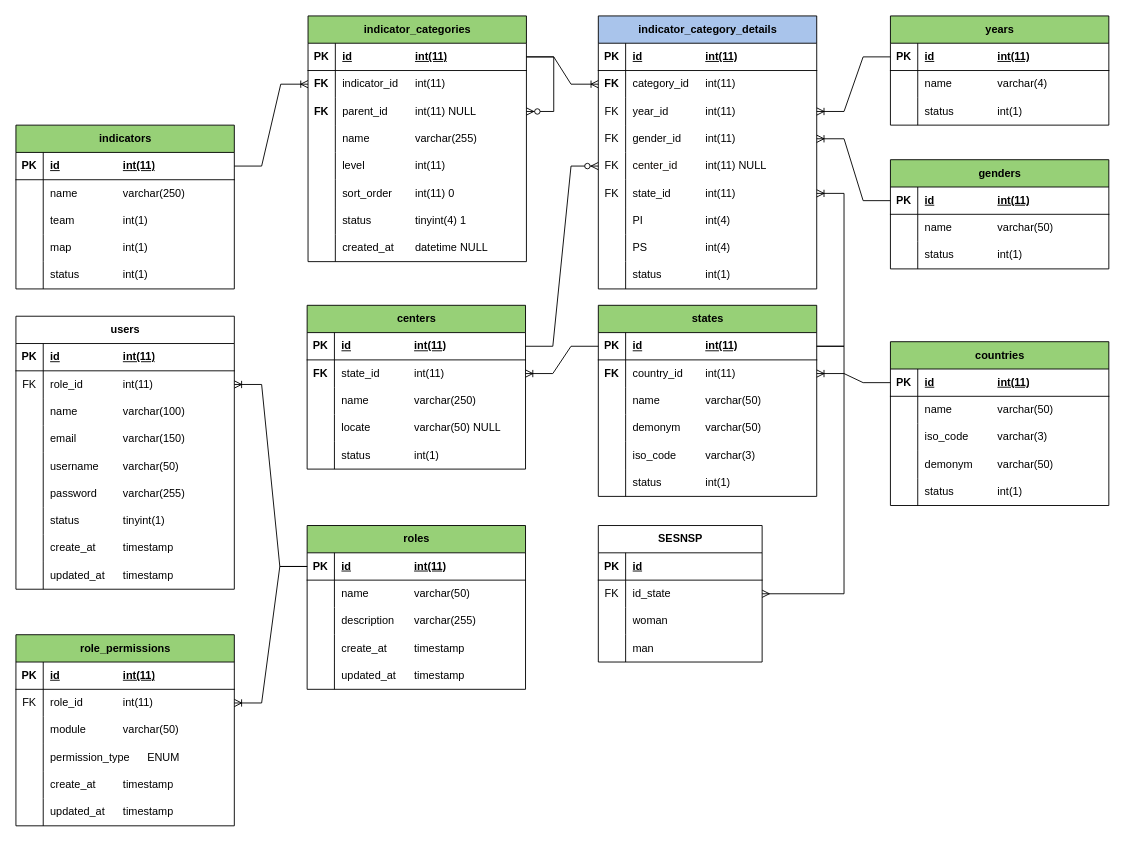
MIGUEL-TGH/redim_frontend keeps this draw.io diagram as data/REDIM entidad - relacion - v3.drawio. Above is the earlier version. Source tidied: cells renumbered, new cells numbered last; positions are measured from the earlier drawing's top-left corner, leaving out a move shared by most shapes. Both pictures are drawn from the tidied source at 91%, with x=0, y=0 at pixel (15, 15).
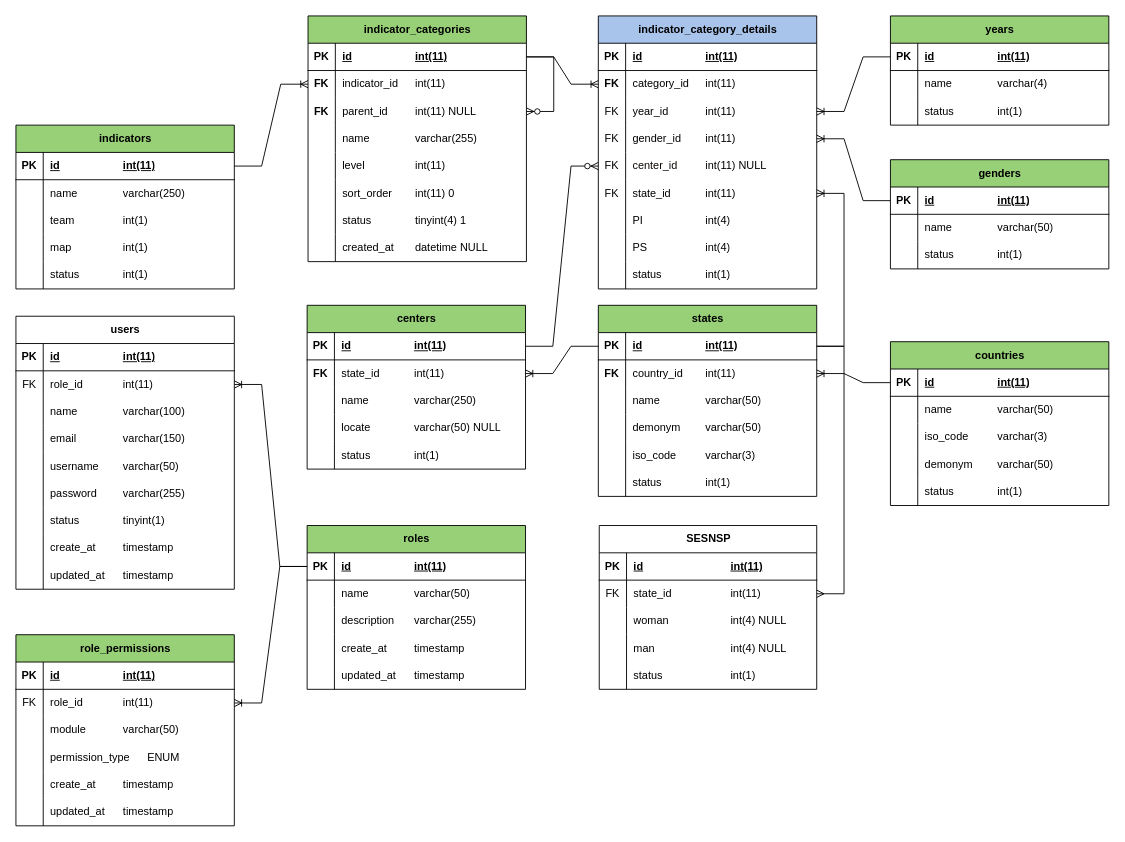
The same diagram, later.

The edit, as a diff of the source:
```diff
@@
     <mxCell id="216" value="SESNSP" style="shape=table;startSize=30;childLayout=tableLayout;rowLines=0;fontStyle=1;align=center;html=1;" parent="1" vertex="1">
-      <mxGeometry x="640" y="560" width="180" height="150" as="geometry" />
+      <mxGeometry x="641" y="560" width="239" height="180" as="geometry" />
     </mxCell>
     <mxCell id="217" style="shape=tableRow;horizontal=0;startSize=0;swimlaneHead=0;swimlaneBody=0;fillColor=none;top=0;left=0;right=0;bottom=1;" parent="216" vertex="1">
-      <mxGeometry y="30" width="180" height="30" as="geometry" />
+      <mxGeometry y="30" width="239" height="30" as="geometry" />
     </mxCell>
@@
-    <mxCell id="219" value="id" style="shape=partialRectangle;fillColor=none;top=0;left=0;bottom=0;right=0;align=left;spacingLeft=6;fontStyle=5;overflow=hidden;whiteSpace=wrap;html=1;" parent="217" vertex="1">
-      <mxGeometry x="30" width="150" height="30" as="geometry" />
+    <mxCell id="219" value="id&lt;span style=&quot;white-space: pre;&quot;&gt;&#9;&lt;/span&gt;&lt;span style=&quot;white-space: pre;&quot;&gt;&#9;&lt;/span&gt;&lt;span style=&quot;white-space: pre;&quot;&gt;&#9;&lt;/span&gt;&lt;span style=&quot;white-space: pre;&quot;&gt;&#9;&lt;/span&gt;int(11)" style="shape=partialRectangle;fillColor=none;top=0;left=0;bottom=0;right=0;align=left;spacingLeft=6;fontStyle=5;overflow=hidden;whiteSpace=wrap;html=1;" parent="217" vertex="1">
+      <mxGeometry x="30" width="209" height="30" as="geometry" />
     </mxCell>
     <mxCell id="220" style="shape=tableRow;horizontal=0;startSize=0;swimlaneHead=0;swimlaneBody=0;fillColor=none;points=[[0,0.5],[1,0.5]];portConstraint=eastwest;top=0;left=0;right=0;bottom=0;" parent="216" vertex="1">
-      <mxGeometry y="60" width="180" height="30" as="geometry" />
+      <mxGeometry y="60" width="239" height="30" as="geometry" />
     </mxCell>
@@
-    <mxCell id="222" value="id_state" style="shape=partialRectangle;fillColor=none;top=0;left=0;bottom=0;right=0;align=left;spacingLeft=6;overflow=hidden;whiteSpace=wrap;html=1;" parent="220" vertex="1">
-      <mxGeometry x="30" width="150" height="30" as="geometry" />
+    <mxCell id="222" value="state_id&lt;span style=&quot;white-space: pre;&quot;&gt;&#9;&lt;/span&gt;&lt;span style=&quot;white-space: pre;&quot;&gt;&#9;&lt;/span&gt;&lt;span style=&quot;white-space: pre;&quot;&gt;&#9;&lt;/span&gt;int(11)" style="shape=partialRectangle;fillColor=none;top=0;left=0;bottom=0;right=0;align=left;spacingLeft=6;overflow=hidden;whiteSpace=wrap;html=1;" parent="220" vertex="1">
+      <mxGeometry x="30" width="209" height="30" as="geometry" />
     </mxCell>
     <mxCell id="223" style="shape=tableRow;horizontal=0;startSize=0;swimlaneHead=0;swimlaneBody=0;fillColor=none;top=0;left=0;right=0;bottom=0;" parent="216" vertex="1">
-      <mxGeometry y="90" width="180" height="30" as="geometry" />
+      <mxGeometry y="90" width="239" height="30" as="geometry" />
     </mxCell>
@@
-    <mxCell id="225" value="woman" style="shape=partialRectangle;fillColor=none;top=0;left=0;bottom=0;right=0;align=left;spacingLeft=6;overflow=hidden;whiteSpace=wrap;html=1;" parent="223" vertex="1">
-      <mxGeometry x="30" width="150" height="30" as="geometry" />
+    <mxCell id="225" value="woman&lt;span style=&quot;white-space: pre;&quot;&gt;&#9;&lt;/span&gt;&lt;span style=&quot;white-space: pre;&quot;&gt;&#9;&lt;/span&gt;&lt;span style=&quot;white-space: pre;&quot;&gt;&#9;&lt;/span&gt;int(4) NULL" style="shape=partialRectangle;fillColor=none;top=0;left=0;bottom=0;right=0;align=left;spacingLeft=6;overflow=hidden;whiteSpace=wrap;html=1;" parent="223" vertex="1">
+      <mxGeometry x="30" width="209" height="30" as="geometry" />
     </mxCell>
     <mxCell id="226" style="shape=tableRow;horizontal=0;startSize=0;swimlaneHead=0;swimlaneBody=0;fillColor=none;top=0;left=0;right=0;bottom=0;" parent="216" vertex="1">
-      <mxGeometry y="120" width="180" height="30" as="geometry" />
+      <mxGeometry y="120" width="239" height="30" as="geometry" />
     </mxCell>
@@
-    <mxCell id="228" value="man" style="shape=partialRectangle;fillColor=none;top=0;left=0;bottom=0;right=0;align=left;spacingLeft=6;overflow=hidden;whiteSpace=wrap;html=1;" parent="226" vertex="1">
-      <mxGeometry x="30" width="150" height="30" as="geometry" />
+    <mxCell id="228" value="man&lt;span style=&quot;white-space: pre;&quot;&gt;&#9;&lt;/span&gt;&lt;span style=&quot;white-space: pre;&quot;&gt;&#9;&lt;/span&gt;&lt;span style=&quot;white-space: pre;&quot;&gt;&#9;&lt;span style=&quot;white-space: pre;&quot;&gt;&#9;&lt;/span&gt;i&lt;/span&gt;nt(4) NULL" style="shape=partialRectangle;fillColor=none;top=0;left=0;bottom=0;right=0;align=left;spacingLeft=6;overflow=hidden;whiteSpace=wrap;html=1;" parent="226" vertex="1">
+      <mxGeometry x="30" width="209" height="30" as="geometry" />
     </mxCell>
+    <mxCell id="230" style="shape=tableRow;horizontal=0;startSize=0;swimlaneHead=0;swimlaneBody=0;fillColor=none;top=0;left=0;right=0;bottom=0;" parent="216" vertex="1">
+      <mxGeometry y="150" width="239" height="30" as="geometry" />
+    </mxCell>
+    <mxCell id="231" style="shape=partialRectangle;fillColor=none;top=0;left=0;bottom=0;right=0;overflow=hidden;whiteSpace=wrap;html=1;" parent="230" vertex="1">
+      <mxGeometry width="30" height="30" as="geometry" />
+    </mxCell>
+    <mxCell id="232" value="status&lt;span style=&quot;white-space: pre;&quot;&gt;&#9;&lt;/span&gt;&lt;span style=&quot;white-space: pre;&quot;&gt;&#9;&lt;span style=&quot;white-space: pre;&quot;&gt;&#9;&lt;/span&gt;&lt;/span&gt;int(1)" style="shape=partialRectangle;fillColor=none;top=0;left=0;bottom=0;right=0;align=left;spacingLeft=6;overflow=hidden;whiteSpace=wrap;html=1;" parent="230" vertex="1">
+      <mxGeometry x="30" width="209" height="30" as="geometry" />
+    </mxCell>
```
